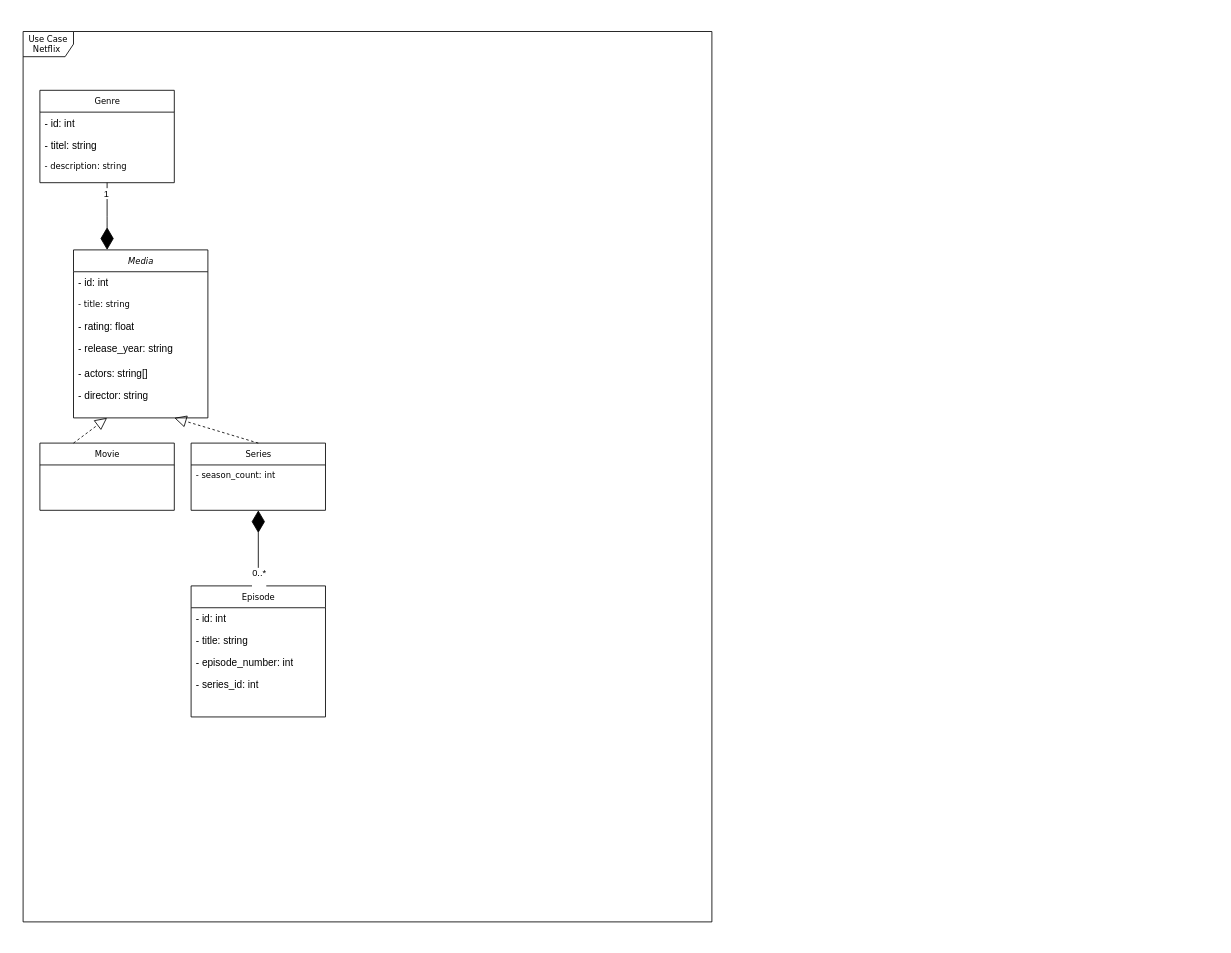
The draw.io diagram draw_io/uml_data_eng_project_1.drawio in KevinGarrison/DataEngineeringProjects, before the edit. Source tidied: cells renumbered, new cells numbered last; positions are measured from the earlier drawing's top-left corner, leaving out a move shared by most shapes. Both pictures are drawn from the tidied source at 84%, with x=0, y=0 at pixel (23, 31).
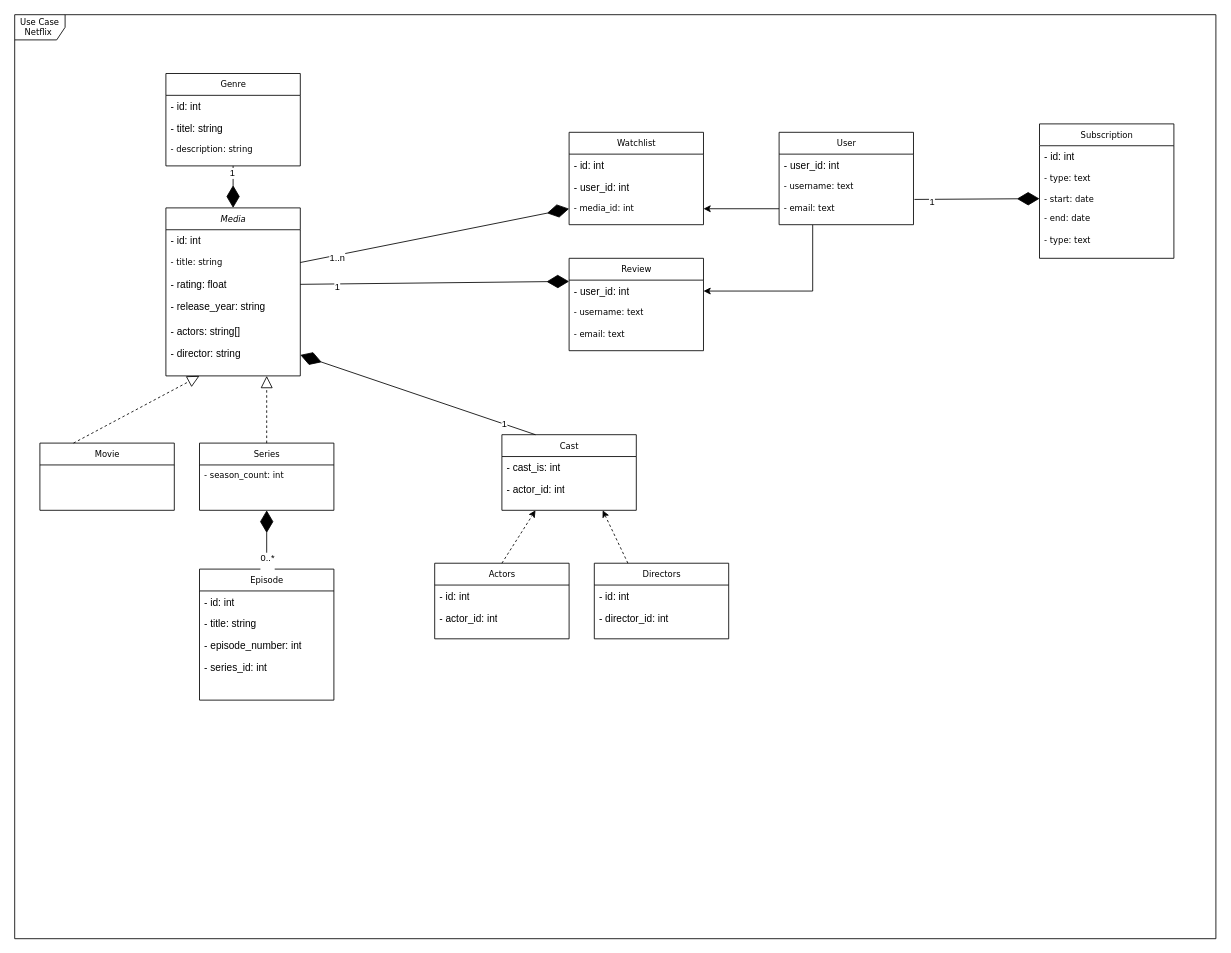
After the change.

Unchanged cells that the change refers to:
```xml
<mxCell id="17" value="- title: string" style="text;html=1;strokeColor=none;fillColor=none;align=left;verticalAlign=top;spacingLeft=4;spacingRight=4;whiteSpace=wrap;overflow=hidden;points=[[0,0.5],[1,0.5]];portConstraint=eastwest;fontFamily=Verdana;fontSize=10;fontColor=default;fontStyle=0;labelBackgroundColor=none;" parent="15" vertex="1">
  <mxGeometry y="52" width="160" height="26" as="geometry" />
</mxCell>
<mxCell id="18" value="&lt;div&gt;&lt;span style=&quot;background-color: initial;&quot;&gt;- rating: float&lt;/span&gt;&lt;/div&gt;&lt;div&gt;&lt;span style=&quot;background-color: initial;&quot;&gt;&lt;br&gt;&lt;/span&gt;&lt;/div&gt;" style="text;html=1;strokeColor=none;fillColor=none;align=left;verticalAlign=top;spacingLeft=4;spacingRight=4;whiteSpace=wrap;overflow=hidden;points=[[0,0.5],[1,0.5]];portConstraint=eastwest;" parent="15" vertex="1">
  <mxGeometry y="78" width="160" height="26" as="geometry" />
</mxCell>
<mxCell id="21" value="- director: string" style="text;html=1;strokeColor=none;fillColor=none;align=left;verticalAlign=top;spacingLeft=4;spacingRight=4;whiteSpace=wrap;overflow=hidden;points=[[0,0.5],[1,0.5]];portConstraint=eastwest;" parent="15" vertex="1">
  <mxGeometry y="160" width="160" height="30" as="geometry" />
</mxCell>
```

The edit, as a diff of the source:
```diff
@@
     <mxCell id="2" value="Use Case Netflix&amp;nbsp;" style="shape=umlFrame;whiteSpace=wrap;html=1;rounded=0;shadow=0;comic=0;labelBackgroundColor=none;strokeWidth=1;fontFamily=Verdana;fontSize=10;align=center;" parent="1" vertex="1">
-      <mxGeometry width="820" height="1060" as="geometry" />
+      <mxGeometry x="-10" y="-20" width="1430" height="1100" as="geometry" />
     </mxCell>
@@
     <mxCell id="4" value="Episode" style="swimlane;html=1;fontStyle=0;horizontal=1;startSize=26;fillColor=none;swimlaneFillColor=#ffffff;rounded=0;shadow=0;comic=0;labelBackgroundColor=none;strokeWidth=1;fontFamily=Verdana;fontSize=10;align=center;" parent="1" vertex="1">
-      <mxGeometry x="200" y="660" width="160" height="156" as="geometry" />
+      <mxGeometry x="210" y="640" width="160" height="156" as="geometry" />
     </mxCell>
@@
     <mxCell id="9" value="Series" style="swimlane;html=1;fontStyle=0;horizontal=1;startSize=26;fillColor=none;swimlaneFillColor=#ffffff;rounded=0;shadow=0;comic=0;labelBackgroundColor=none;strokeWidth=1;fontFamily=Verdana;fontSize=10;align=center;strokeColor=default;verticalAlign=middle;fontColor=default;" parent="1" vertex="1">
-      <mxGeometry x="200" y="490" width="160" height="80" as="geometry" />
+      <mxGeometry x="210" y="490" width="160" height="80" as="geometry" />
     </mxCell>
@@
     <mxCell id="11" value="Genre" style="swimlane;html=1;fontStyle=0;horizontal=1;startSize=26;fillColor=none;swimlaneFillColor=#ffffff;rounded=0;shadow=0;comic=0;labelBackgroundColor=none;strokeWidth=1;fontFamily=Verdana;fontSize=10;align=center;" parent="1" vertex="1">
-      <mxGeometry x="20" y="70" width="160" height="110" as="geometry" />
+      <mxGeometry x="170" y="50" width="160" height="110" as="geometry" />
     </mxCell>
@@
     <mxCell id="15" value="&lt;i&gt;Media&lt;/i&gt;" style="swimlane;html=1;fontStyle=0;horizontal=1;startSize=26;fillColor=none;swimlaneFillColor=#ffffff;rounded=0;shadow=0;comic=0;labelBackgroundColor=none;strokeWidth=1;fontFamily=Verdana;fontSize=10;align=center;strokeColor=default;verticalAlign=middle;fontColor=default;" parent="1" vertex="1">
-      <mxGeometry x="60" y="260" width="160" height="200" as="geometry" />
+      <mxGeometry x="170" y="210" width="160" height="200" as="geometry" />
     </mxCell>
@@
-    <mxCell id="24" style="endArrow=diamondThin;endFill=1;endSize=24;html=1;rounded=0;entryX=0.25;entryY=0;entryDx=0;entryDy=0;exitX=0.5;exitY=1;exitDx=0;exitDy=0;" parent="1" edge="1" source="11" target="15">
-      <mxGeometry relative="1" as="geometry">
-        <Array as="points">
-          <mxPoint x="100" y="220" />
-        </Array>
-      </mxGeometry>
+    <mxCell id="24" style="endArrow=diamondThin;endFill=1;endSize=24;html=1;rounded=0;entryX=0.5;entryY=0;entryDx=0;entryDy=0;exitX=0.5;exitY=1;exitDx=0;exitDy=0;" parent="1" edge="1" source="11" target="15">
+      <mxGeometry relative="1" as="geometry" />
     </mxCell>
@@
+    <mxCell id="28" value="Watchlist" style="swimlane;html=1;fontStyle=0;horizontal=1;startSize=26;fillColor=none;swimlaneFillColor=#ffffff;rounded=0;shadow=0;comic=0;labelBackgroundColor=none;strokeWidth=1;fontFamily=Verdana;fontSize=10;align=center;" parent="1" vertex="1">
+      <mxGeometry x="650" y="120" width="160" height="110" as="geometry" />
+    </mxCell>
+    <mxCell id="29" value="- id: int" style="text;html=1;strokeColor=none;fillColor=none;align=left;verticalAlign=top;spacingLeft=4;spacingRight=4;whiteSpace=wrap;overflow=hidden;" parent="28" vertex="1">
+      <mxGeometry y="26" width="160" height="26" as="geometry" />
+    </mxCell>
+    <mxCell id="30" value="- user_id: int" style="text;html=1;strokeColor=none;fillColor=none;align=left;verticalAlign=top;spacingLeft=4;spacingRight=4;whiteSpace=wrap;overflow=hidden;" parent="28" vertex="1">
+      <mxGeometry y="52" width="160" height="26" as="geometry" />
+    </mxCell>
+    <mxCell id="31" value="- media_id: int" style="text;html=1;strokeColor=none;fillColor=none;align=left;verticalAlign=top;spacingLeft=4;spacingRight=4;whiteSpace=wrap;overflow=hidden;points=[[0,0.5],[1,0.5]];portConstraint=eastwest;fontFamily=Verdana;fontSize=10;fontColor=default;fontStyle=0;labelBackgroundColor=none;" parent="28" vertex="1">
+      <mxGeometry y="78" width="160" height="26" as="geometry" />
+    </mxCell>
+    <mxCell id="32" style="rounded=0;jettySize=auto;html=1;exitX=0.25;exitY=0;exitDx=0;exitDy=0;entryX=0.75;entryY=1;entryDx=0;entryDy=0;dashed=1;" parent="1" edge="1" source="33" target="40">
+      <mxGeometry relative="1" as="geometry" />
+    </mxCell>
+    <mxCell id="33" value="Directors" style="swimlane;html=1;fontStyle=0;horizontal=1;startSize=26;fillColor=none;swimlaneFillColor=#ffffff;rounded=0;shadow=0;comic=0;labelBackgroundColor=none;strokeWidth=1;fontFamily=Verdana;fontSize=10;align=center;" parent="1" vertex="1">
+      <mxGeometry x="680" y="633" width="160" height="90" as="geometry" />
+    </mxCell>
+    <mxCell id="34" value="- id: int" style="text;html=1;strokeColor=none;fillColor=none;align=left;verticalAlign=top;spacingLeft=4;spacingRight=4;whiteSpace=wrap;overflow=hidden;" parent="33" vertex="1">
+      <mxGeometry y="26" width="160" height="26" as="geometry" />
+    </mxCell>
+    <mxCell id="35" value="- director_id: int" style="text;html=1;strokeColor=none;fillColor=none;align=left;verticalAlign=top;spacingLeft=4;spacingRight=4;whiteSpace=wrap;overflow=hidden;" parent="33" vertex="1">
+      <mxGeometry y="52" width="160" height="26" as="geometry" />
+    </mxCell>
+    <mxCell id="36" style="rounded=0;jettySize=auto;html=1;exitX=0.5;exitY=0;exitDx=0;exitDy=0;entryX=0.25;entryY=1;entryDx=0;entryDy=0;dashed=1;" parent="1" edge="1" source="37" target="40">
+      <mxGeometry relative="1" as="geometry" />
+    </mxCell>
+    <mxCell id="37" value="Actors" style="swimlane;html=1;fontStyle=0;horizontal=1;startSize=26;fillColor=none;swimlaneFillColor=#ffffff;rounded=0;shadow=0;comic=0;labelBackgroundColor=none;strokeWidth=1;fontFamily=Verdana;fontSize=10;align=center;" parent="1" vertex="1">
+      <mxGeometry x="490" y="633" width="160" height="90" as="geometry" />
+    </mxCell>
+    <mxCell id="38" value="- id: int" style="text;html=1;strokeColor=none;fillColor=none;align=left;verticalAlign=top;spacingLeft=4;spacingRight=4;whiteSpace=wrap;overflow=hidden;" parent="37" vertex="1">
+      <mxGeometry y="26" width="160" height="26" as="geometry" />
+    </mxCell>
+    <mxCell id="39" value="- actor_id: int" style="text;html=1;strokeColor=none;fillColor=none;align=left;verticalAlign=top;spacingLeft=4;spacingRight=4;whiteSpace=wrap;overflow=hidden;" parent="37" vertex="1">
+      <mxGeometry y="52" width="160" height="26" as="geometry" />
+    </mxCell>
+    <mxCell id="40" value="Cast" style="swimlane;html=1;fontStyle=0;horizontal=1;startSize=26;fillColor=none;swimlaneFillColor=#ffffff;rounded=0;shadow=0;comic=0;labelBackgroundColor=none;strokeWidth=1;fontFamily=Verdana;fontSize=10;align=center;" parent="1" vertex="1">
+      <mxGeometry x="570" y="480" width="160" height="90" as="geometry" />
+    </mxCell>
+    <mxCell id="41" value="- cast_is: int" style="text;html=1;strokeColor=none;fillColor=none;align=left;verticalAlign=top;spacingLeft=4;spacingRight=4;whiteSpace=wrap;overflow=hidden;" parent="40" vertex="1">
+      <mxGeometry y="26" width="160" height="26" as="geometry" />
+    </mxCell>
+    <mxCell id="42" value="- actor_id: int" style="text;html=1;strokeColor=none;fillColor=none;align=left;verticalAlign=top;spacingLeft=4;spacingRight=4;whiteSpace=wrap;overflow=hidden;" parent="40" vertex="1">
+      <mxGeometry y="52" width="160" height="26" as="geometry" />
+    </mxCell>
+    <mxCell id="43" style="edgeStyle=orthogonalEdgeStyle;rounded=0;jettySize=auto;html=1;exitX=0.25;exitY=1;exitDx=0;exitDy=0;entryX=1;entryY=0.5;entryDx=0;entryDy=0;" parent="1" edge="1" source="44" target="55">
+      <mxGeometry relative="1" as="geometry" />
+    </mxCell>
+    <mxCell id="44" value="User" style="swimlane;html=1;fontStyle=0;horizontal=1;startSize=26;fillColor=none;swimlaneFillColor=#ffffff;rounded=0;shadow=0;comic=0;labelBackgroundColor=none;strokeWidth=1;fontFamily=Verdana;fontSize=10;align=center;" parent="1" vertex="1">
+      <mxGeometry x="900" y="120" width="160" height="110" as="geometry" />
+    </mxCell>
+    <mxCell id="45" value="- user_id: int" style="text;html=1;strokeColor=none;fillColor=none;align=left;verticalAlign=top;spacingLeft=4;spacingRight=4;whiteSpace=wrap;overflow=hidden;" parent="44" vertex="1">
+      <mxGeometry y="26" width="160" height="26" as="geometry" />
+    </mxCell>
+    <mxCell id="46" value="- username: text" style="text;html=1;strokeColor=none;fillColor=none;align=left;verticalAlign=top;spacingLeft=4;spacingRight=4;whiteSpace=wrap;overflow=hidden;fontFamily=Verdana;fontSize=10;fontColor=default;fontStyle=0;labelBackgroundColor=none;" parent="44" vertex="1">
+      <mxGeometry y="52" width="160" height="26" as="geometry" />
+    </mxCell>
+    <mxCell id="47" value="- email: text" style="text;html=1;strokeColor=none;fillColor=none;align=left;verticalAlign=top;spacingLeft=4;spacingRight=4;whiteSpace=wrap;overflow=hidden;points=[[0,0.5],[1,0.5]];portConstraint=eastwest;fontFamily=Verdana;fontSize=10;fontColor=default;fontStyle=0;labelBackgroundColor=none;" parent="44" vertex="1">
+      <mxGeometry y="78" width="160" height="26" as="geometry" />
+    </mxCell>
+    <mxCell id="48" value="Subscription" style="swimlane;html=1;fontStyle=0;horizontal=1;startSize=26;fillColor=none;swimlaneFillColor=#ffffff;rounded=0;shadow=0;comic=0;labelBackgroundColor=none;strokeWidth=1;fontFamily=Verdana;fontSize=10;align=center;" parent="1" vertex="1">
+      <mxGeometry x="1210" y="110" width="160" height="160" as="geometry" />
+    </mxCell>
+    <mxCell id="49" value="- id: int" style="text;html=1;strokeColor=none;fillColor=none;align=left;verticalAlign=top;spacingLeft=4;spacingRight=4;whiteSpace=wrap;overflow=hidden;" parent="48" vertex="1">
+      <mxGeometry y="26" width="160" height="26" as="geometry" />
+    </mxCell>
+    <mxCell id="50" value="- type: text" style="text;html=1;strokeColor=none;fillColor=none;align=left;verticalAlign=top;spacingLeft=4;spacingRight=4;whiteSpace=wrap;overflow=hidden;fontFamily=Verdana;fontSize=10;fontColor=default;fontStyle=0;labelBackgroundColor=none;" parent="48" vertex="1">
+      <mxGeometry y="52" width="160" height="26" as="geometry" />
+    </mxCell>
+    <mxCell id="51" value="- start: date" style="text;html=1;strokeColor=none;fillColor=none;align=left;verticalAlign=top;spacingLeft=4;spacingRight=4;whiteSpace=wrap;overflow=hidden;points=[[0,0.5],[1,0.5]];portConstraint=eastwest;fontFamily=Verdana;fontSize=10;fontColor=default;fontStyle=0;labelBackgroundColor=none;" parent="48" vertex="1">
+      <mxGeometry y="78" width="160" height="22" as="geometry" />
+    </mxCell>
+    <mxCell id="52" value="- end: date" style="text;html=1;strokeColor=none;fillColor=none;align=left;verticalAlign=top;spacingLeft=4;spacingRight=4;whiteSpace=wrap;overflow=hidden;fontFamily=Verdana;fontSize=10;fontColor=default;fontStyle=0;labelBackgroundColor=none;" parent="48" vertex="1">
+      <mxGeometry y="100" width="160" height="26" as="geometry" />
+    </mxCell>
+    <mxCell id="53" value="- type: text" style="text;html=1;strokeColor=none;fillColor=none;align=left;verticalAlign=top;spacingLeft=4;spacingRight=4;whiteSpace=wrap;overflow=hidden;fontFamily=Verdana;fontSize=10;fontColor=default;fontStyle=0;labelBackgroundColor=none;" parent="48" vertex="1">
+      <mxGeometry y="126" width="160" height="26" as="geometry" />
+    </mxCell>
+    <mxCell id="54" value="Review" style="swimlane;html=1;fontStyle=0;horizontal=1;startSize=26;fillColor=none;swimlaneFillColor=#ffffff;rounded=0;shadow=0;comic=0;labelBackgroundColor=none;strokeWidth=1;fontFamily=Verdana;fontSize=10;align=center;" parent="1" vertex="1">
+      <mxGeometry x="650" y="270" width="160" height="110" as="geometry" />
+    </mxCell>
+    <mxCell id="55" value="- user_id: int" style="text;html=1;strokeColor=none;fillColor=none;align=left;verticalAlign=top;spacingLeft=4;spacingRight=4;whiteSpace=wrap;overflow=hidden;points=[[0,0.5],[1,0.5]];portConstraint=eastwest;" parent="54" vertex="1">
+      <mxGeometry y="26" width="160" height="26" as="geometry" />
+    </mxCell>
+    <mxCell id="56" value="- username: text" style="text;html=1;strokeColor=none;fillColor=none;align=left;verticalAlign=top;spacingLeft=4;spacingRight=4;whiteSpace=wrap;overflow=hidden;fontFamily=Verdana;fontSize=10;fontColor=default;fontStyle=0;labelBackgroundColor=none;" parent="54" vertex="1">
+      <mxGeometry y="52" width="160" height="26" as="geometry" />
+    </mxCell>
+    <mxCell id="57" value="- email: text" style="text;html=1;strokeColor=none;fillColor=none;align=left;verticalAlign=top;spacingLeft=4;spacingRight=4;whiteSpace=wrap;overflow=hidden;fontFamily=Verdana;fontSize=10;fontColor=default;fontStyle=0;labelBackgroundColor=none;" parent="54" vertex="1">
+      <mxGeometry y="78" width="160" height="26" as="geometry" />
+    </mxCell>
+    <mxCell id="58" style="endArrow=diamondThin;endFill=1;endSize=24;html=1;rounded=0;entryX=0;entryY=0.5;entryDx=0;entryDy=0;exitX=1;exitY=0.5;exitDx=0;exitDy=0;" parent="1" edge="1" source="17" target="31">
+      <mxGeometry relative="1" as="geometry" />
+    </mxCell>
+    <mxCell id="59" value="1..n" style="edgeLabel;html=1;align=center;verticalAlign=middle;" parent="58" vertex="1">
+      <mxGeometry x="-0.73" y="-2" relative="1" as="geometry">
+        <mxPoint y="1" as="offset" />
+      </mxGeometry>
+    </mxCell>
+    <mxCell id="60" style="endArrow=diamondThin;endFill=1;endSize=24;html=1;rounded=0;entryX=1;entryY=0.5;entryDx=0;entryDy=0;exitX=0.25;exitY=0;exitDx=0;exitDy=0;" parent="1" edge="1" source="40" target="21">
+      <mxGeometry relative="1" as="geometry" />
+    </mxCell>
+    <mxCell id="61" value="1" style="edgeLabel;html=1;align=center;verticalAlign=middle;" parent="60" vertex="1">
+      <mxGeometry x="-0.73" y="-2" relative="1" as="geometry">
+        <mxPoint y="1" as="offset" />
+      </mxGeometry>
+    </mxCell>
+    <mxCell id="62" style="endArrow=diamondThin;endFill=1;endSize=24;html=1;rounded=0;entryX=0;entryY=0.5;entryDx=0;entryDy=0;exitX=1.007;exitY=0.074;exitDx=0;exitDy=0;exitPerimeter=0;" parent="1" edge="1" source="47" target="51">
+      <mxGeometry relative="1" as="geometry" />
+    </mxCell>
+    <mxCell id="63" value="1" style="edgeLabel;html=1;align=center;verticalAlign=middle;" parent="62" vertex="1">
+      <mxGeometry x="-0.73" y="-2" relative="1" as="geometry">
+        <mxPoint y="1" as="offset" />
+      </mxGeometry>
+    </mxCell>
+    <mxCell id="64" style="edgeStyle=orthogonalEdgeStyle;rounded=0;jettySize=auto;html=1;exitX=0;exitY=0.5;exitDx=0;exitDy=0;entryX=1;entryY=0.5;entryDx=0;entryDy=0;" parent="1" edge="1" source="47" target="31">
+      <mxGeometry relative="1" as="geometry" />
+    </mxCell>
+    <mxCell id="65" style="endArrow=diamondThin;endFill=1;endSize=24;html=1;rounded=0;entryX=0;entryY=0.25;entryDx=0;entryDy=0;exitX=1;exitY=0.5;exitDx=0;exitDy=0;" parent="1" edge="1" source="18" target="54">
+      <mxGeometry relative="1" as="geometry" />
+    </mxCell>
+    <mxCell id="66" value="1" style="edgeLabel;html=1;align=center;verticalAlign=middle;" parent="65" vertex="1">
+      <mxGeometry x="-0.73" y="-2" relative="1" as="geometry">
+        <mxPoint y="1" as="offset" />
+      </mxGeometry>
+    </mxCell>
```
